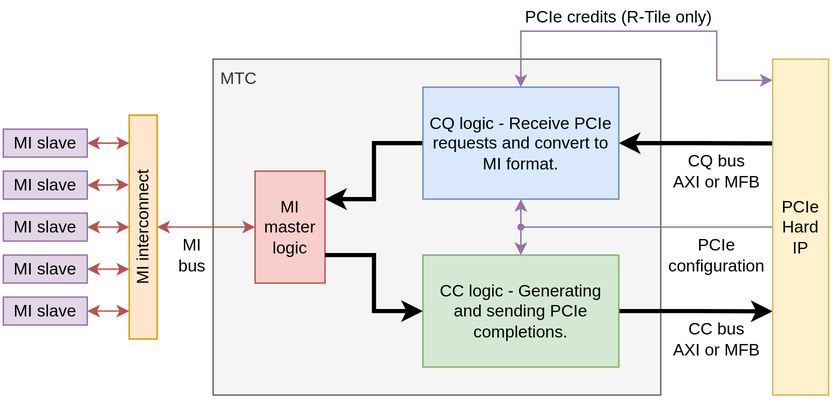
The draw.io diagram comp/pcie/mtc/doc/mtc.drawio.svg in CESNET/ofm, before a commit. Source tidied: cells renumbered, new cells last; positions are measured from the earlier drawing's top-left corner, leaving out a move shared by most shapes.
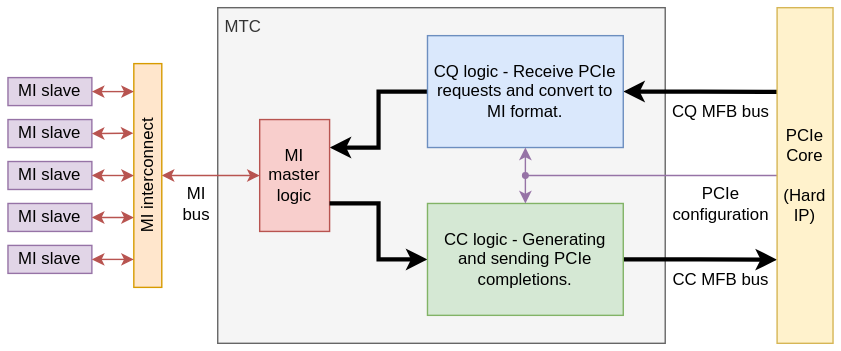
Above is the later version.

Diff of the diagram source:
```diff
@@ -38,25 +38,16 @@
     <mxCell id="11" value="CC logic - Generating and sending PCIe completions." style="rounded=0;whiteSpace=wrap;html=1;fillColor=#d5e8d4;strokeColor=#82b366;" parent="1" vertex="1">
       <mxGeometry x="300" y="180" width="140" height="80" as="geometry" />
     </mxCell>
-    <mxCell id="12" value="CQ bus&lt;br&gt;AXI or MFB" style="text;html=1;strokeColor=none;fillColor=none;align=center;verticalAlign=middle;whiteSpace=wrap;rounded=0;" parent="1" vertex="1">
-      <mxGeometry x="470" y="100" width="80" height="40" as="geometry" />
+    <mxCell id="12" value="CQ MFB bus" style="text;html=1;strokeColor=none;fillColor=none;align=center;verticalAlign=middle;whiteSpace=wrap;rounded=0;" parent="1" vertex="1">
+      <mxGeometry x="470" y="100" width="80" height="30" as="geometry" />
     </mxCell>
-    <mxCell id="13" value="CC bus&lt;br&gt;AXI or MFB" style="text;html=1;strokeColor=none;fillColor=none;align=center;verticalAlign=middle;whiteSpace=wrap;rounded=0;" parent="1" vertex="1">
-      <mxGeometry x="470" y="220" width="80" height="40" as="geometry" />
+    <mxCell id="13" value="CC MFB bus" style="text;html=1;strokeColor=none;fillColor=none;align=center;verticalAlign=middle;whiteSpace=wrap;rounded=0;" parent="1" vertex="1">
+      <mxGeometry x="470" y="220" width="80" height="30" as="geometry" />
     </mxCell>
     <mxCell id="14" style="edgeStyle=orthogonalEdgeStyle;rounded=0;jettySize=auto;html=1;exitX=0;exitY=0.5;exitDx=0;exitDy=0;entryX=0.5;entryY=0;entryDx=0;entryDy=0;startArrow=none;startFill=0;endArrow=classic;endFill=1;strokeWidth=1;fillColor=#e1d5e7;strokeColor=#9673a6;" parent="1" edge="1" source="16" target="11">
       <mxGeometry relative="1" as="geometry" />
     </mxCell>
-    <mxCell id="15" style="edgeStyle=orthogonalEdgeStyle;rounded=0;jettySize=auto;html=1;exitX=0;exitY=0.063;exitDx=0;exitDy=0;entryX=0.5;entryY=0;entryDx=0;entryDy=0;startArrow=classic;startFill=1;endArrow=classic;endFill=1;startSize=6;endSize=6;strokeWidth=1;exitPerimeter=0;fillColor=#e1d5e7;strokeColor=#9673a6;" parent="1" edge="1" source="16" target="6">
-      <mxGeometry relative="1" as="geometry">
-        <Array as="points">
-          <mxPoint x="510" y="55" />
-          <mxPoint x="510" y="20" />
-          <mxPoint x="370" y="20" />
-        </Array>
-      </mxGeometry>
-    </mxCell>
-    <mxCell id="16" value="PCIe Hard IP" style="rounded=0;whiteSpace=wrap;html=1;fillColor=#fff2cc;strokeColor=#d6b656;" parent="1" vertex="1">
+    <mxCell id="16" value="PCIe Core &lt;br&gt;&lt;br&gt;(Hard IP)" style="rounded=0;whiteSpace=wrap;html=1;fillColor=#fff2cc;strokeColor=#d6b656;" parent="1" vertex="1">
       <mxGeometry x="550" y="40" width="40" height="240" as="geometry" />
     </mxCell>
     <mxCell id="17" style="endArrow=classic;html=1;rounded=0;strokeWidth=1;entryX=0.5;entryY=1;entryDx=0;entryDy=0;startArrow=oval;startFill=1;endSize=6;startSize=4;fillColor=#e1d5e7;strokeColor=#9673a6;" parent="1" edge="1" target="6">
@@ -67,9 +58,6 @@
     <mxCell id="18" value="PCIe configuration" style="text;html=1;strokeColor=none;fillColor=none;align=center;verticalAlign=middle;whiteSpace=wrap;rounded=0;" parent="1" vertex="1">
       <mxGeometry x="470" y="160" width="80" height="40" as="geometry" />
     </mxCell>
-    <mxCell id="19" value="PCIe credits (R-Tile only)" style="text;html=1;strokeColor=none;fillColor=none;align=center;verticalAlign=middle;whiteSpace=wrap;rounded=0;" parent="1" vertex="1">
-      <mxGeometry x="370" width="140" height="20" as="geometry" />
-    </mxCell>
     <mxCell id="20" value="MI interconnect" style="rounded=0;whiteSpace=wrap;html=1;horizontal=0;fillColor=#ffe6cc;strokeColor=#d79b00;" parent="1" vertex="1">
       <mxGeometry x="90" y="80" width="20" height="160" as="geometry" />
     </mxCell>
```
